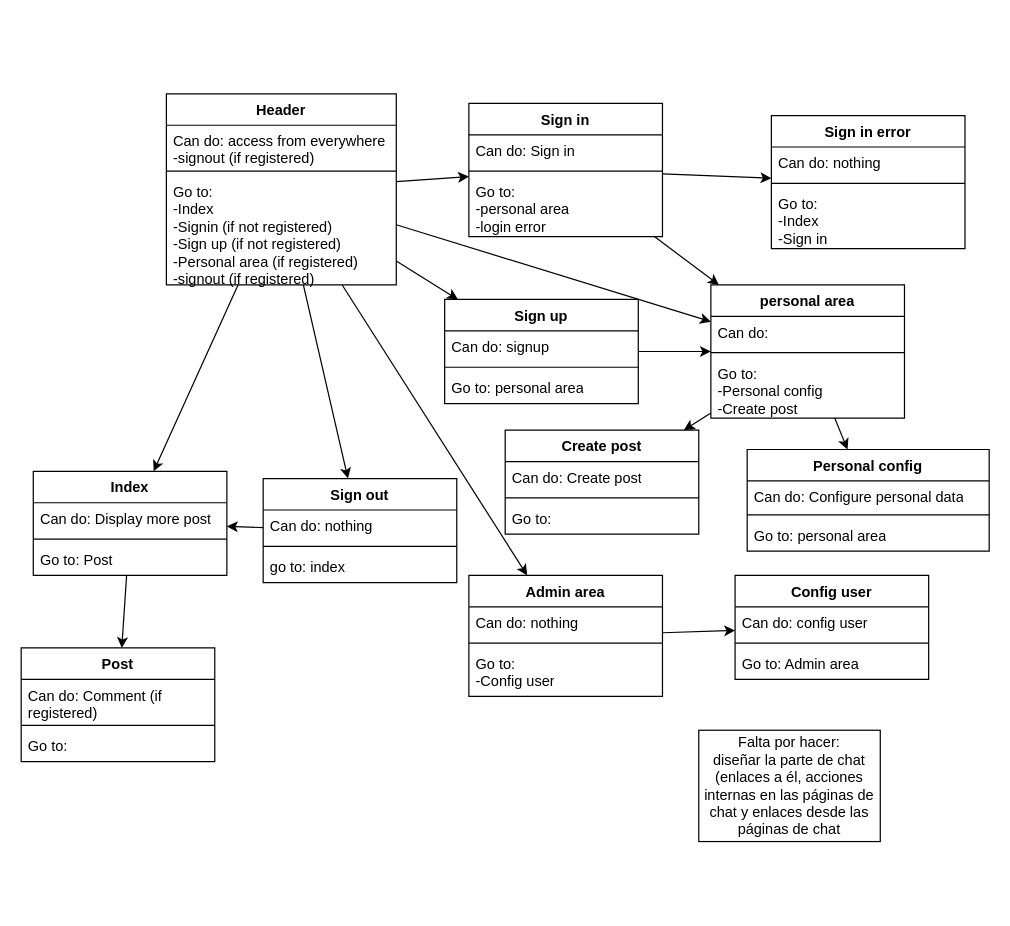
CodeURJC-DAW-2023-24/webapp05 keeps this draw.io diagram as diagrama de navegación.drawio. Above is the earlier version. Source tidied: cells renumbered, new cells numbered last; positions are measured from the earlier drawing's top-left corner, leaving out a move shared by most shapes. Both pictures are drawn from the tidied source at 121%, with x=0, y=0 at pixel (21, 93).
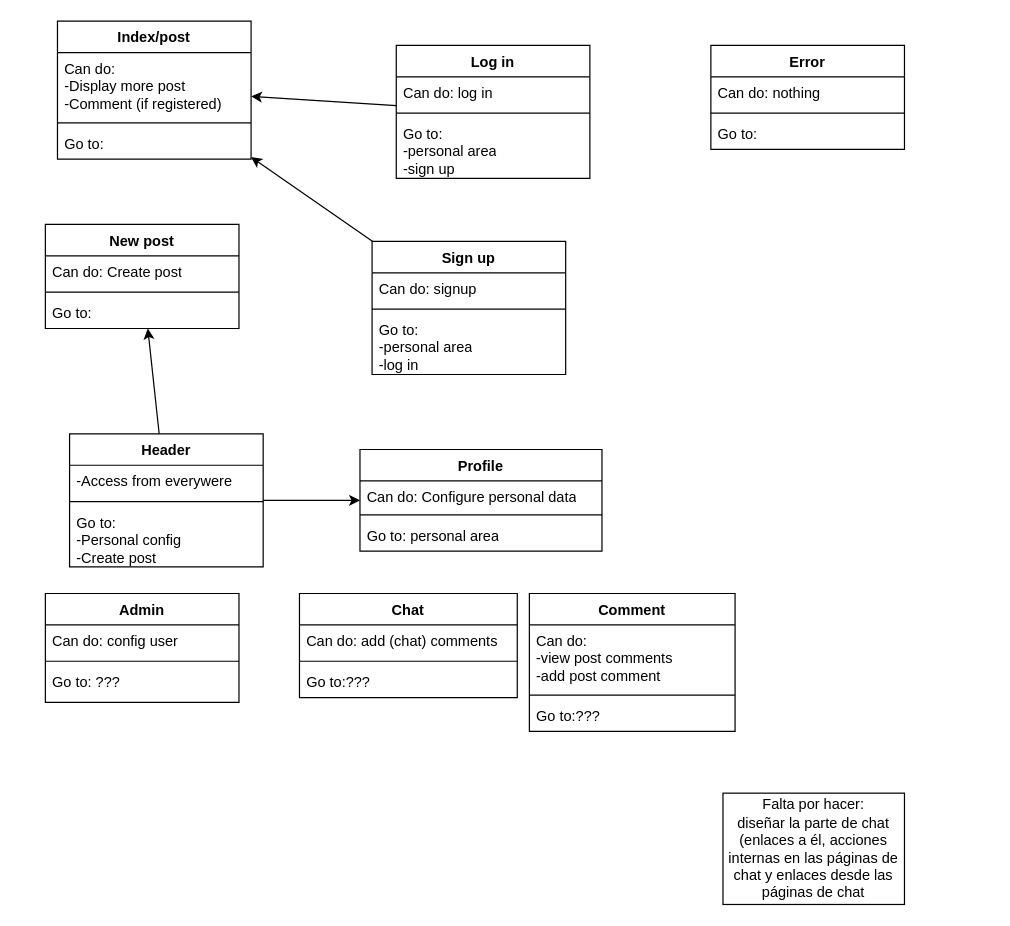
After the change.

Commit message (it also covers changes not shown here):
Updated navegation diagram

It must be updated again before the next 10 days.

Diff of the diagram source:
```diff
@@
-    <mxCell id="2" value="Index" style="swimlane;fontStyle=1;align=center;verticalAlign=top;horizontal=1;startSize=26;whiteSpace=wrap;html=1;" parent="1" vertex="1">
-      <mxGeometry x="10" y="312" width="160" height="86" as="geometry" />
+    <mxCell id="2" value="Index/post" style="swimlane;fontStyle=1;align=center;verticalAlign=top;horizontal=1;startSize=26;whiteSpace=wrap;html=1;" parent="1" vertex="1">
+      <mxGeometry x="30" y="-60" width="160" height="114" as="geometry" />
     </mxCell>
-    <mxCell id="3" value="Can do: Display more post" style="text;strokeColor=none;fillColor=none;align=left;verticalAlign=top;spacingLeft=4;spacingRight=4;overflow=hidden;whiteSpace=wrap;html=1;" parent="2" vertex="1">
-      <mxGeometry y="26" width="160" height="26" as="geometry" />
+    <mxCell id="3" value="&lt;div&gt;Can do:&lt;/div&gt;&lt;div&gt;-Display more post&lt;/div&gt;&lt;div&gt;-Comment (if registered)&lt;/div&gt;" style="text;strokeColor=none;fillColor=none;align=left;verticalAlign=top;spacingLeft=4;spacingRight=4;overflow=hidden;whiteSpace=wrap;html=1;" parent="2" vertex="1">
+      <mxGeometry y="26" width="160" height="54" as="geometry" />
     </mxCell>
     <mxCell id="4" style="line;strokeWidth=1;fillColor=none;align=left;verticalAlign=middle;spacingTop=-1;spacingLeft=3;spacingRight=3;labelPosition=right;strokeColor=inherit;" parent="2" vertex="1">
-      <mxGeometry y="52" width="160" height="8" as="geometry" />
+      <mxGeometry y="80" width="160" height="8" as="geometry" />
     </mxCell>
-    <mxCell id="5" value="Go to: Post" style="text;strokeColor=none;fillColor=none;align=left;verticalAlign=top;spacingLeft=4;spacingRight=4;overflow=hidden;whiteSpace=wrap;html=1;" parent="2" vertex="1">
-      <mxGeometry y="60" width="160" height="26" as="geometry" />
+    <mxCell id="5" value="Go to:" style="text;strokeColor=none;fillColor=none;align=left;verticalAlign=top;spacingLeft=4;spacingRight=4;overflow=hidden;whiteSpace=wrap;html=1;" parent="2" vertex="1">
+      <mxGeometry y="88" width="160" height="26" as="geometry" />
     </mxCell>
-    <mxCell id="6" value="Sign in" style="swimlane;fontStyle=1;align=center;verticalAlign=top;horizontal=1;startSize=26;whiteSpace=wrap;html=1;" parent="1" vertex="1">
-      <mxGeometry x="370" y="8" width="160" height="110" as="geometry" />
+    <mxCell id="6" value="Log in" style="swimlane;fontStyle=1;align=center;verticalAlign=top;horizontal=1;startSize=26;whiteSpace=wrap;html=1;" parent="1" vertex="1">
+      <mxGeometry x="310" y="-40" width="160" height="110" as="geometry" />
     </mxCell>
-    <mxCell id="7" value="Can do: Sign in" style="text;strokeColor=none;fillColor=none;align=left;verticalAlign=top;spacingLeft=4;spacingRight=4;overflow=hidden;whiteSpace=wrap;html=1;" parent="6" vertex="1">
+    <mxCell id="7" value="Can do: log in" style="text;strokeColor=none;fillColor=none;align=left;verticalAlign=top;spacingLeft=4;spacingRight=4;overflow=hidden;whiteSpace=wrap;html=1;" parent="6" vertex="1">
       <mxGeometry y="26" width="160" height="26" as="geometry" />
     </mxCell>
@@
-    <mxCell id="9" value="&lt;div&gt;Go to:&lt;/div&gt;&lt;div&gt;-personal area&lt;/div&gt;&lt;div&gt;-login error&lt;/div&gt;" style="text;strokeColor=none;fillColor=none;align=left;verticalAlign=top;spacingLeft=4;spacingRight=4;overflow=hidden;whiteSpace=wrap;html=1;" parent="6" vertex="1">
+    <mxCell id="9" value="&lt;div&gt;Go to:&lt;/div&gt;&lt;div&gt;-personal area&lt;/div&gt;&lt;div&gt;-sign up&lt;br&gt;&lt;/div&gt;" style="text;strokeColor=none;fillColor=none;align=left;verticalAlign=top;spacingLeft=4;spacingRight=4;overflow=hidden;whiteSpace=wrap;html=1;" parent="6" vertex="1">
       <mxGeometry y="60" width="160" height="50" as="geometry" />
     </mxCell>
-    <mxCell id="10" value="personal area" style="swimlane;fontStyle=1;align=center;verticalAlign=top;horizontal=1;startSize=26;whiteSpace=wrap;html=1;" parent="1" vertex="1">
-      <mxGeometry x="570" y="158" width="160" height="110" as="geometry" />
+    <mxCell id="10" value="Header" style="swimlane;fontStyle=1;align=center;verticalAlign=top;horizontal=1;startSize=26;whiteSpace=wrap;html=1;" parent="1" vertex="1">
+      <mxGeometry x="40" y="281" width="160" height="110" as="geometry" />
     </mxCell>
-    <mxCell id="11" value="Can do:" style="text;strokeColor=none;fillColor=none;align=left;verticalAlign=top;spacingLeft=4;spacingRight=4;overflow=hidden;whiteSpace=wrap;html=1;" parent="10" vertex="1">
+    <mxCell id="11" value="-Access from everywere" style="text;strokeColor=none;fillColor=none;align=left;verticalAlign=top;spacingLeft=4;spacingRight=4;overflow=hidden;whiteSpace=wrap;html=1;" parent="10" vertex="1">
       <mxGeometry y="26" width="160" height="26" as="geometry" />
     </mxCell>
@@
     <mxCell id="14" value="Sign up" style="swimlane;fontStyle=1;align=center;verticalAlign=top;horizontal=1;startSize=26;whiteSpace=wrap;html=1;" parent="1" vertex="1">
-      <mxGeometry x="350" y="170" width="160" height="86" as="geometry" />
+      <mxGeometry x="290" y="122" width="160" height="110" as="geometry" />
     </mxCell>
@@
-    <mxCell id="17" value="Go to: personal area" style="text;strokeColor=none;fillColor=none;align=left;verticalAlign=top;spacingLeft=4;spacingRight=4;overflow=hidden;whiteSpace=wrap;html=1;" parent="14" vertex="1">
-      <mxGeometry y="60" width="160" height="26" as="geometry" />
+    <mxCell id="17" value="&lt;div&gt;Go to:&lt;/div&gt;&lt;div&gt;-personal area&lt;/div&gt;&lt;div&gt;-log in&lt;br&gt;&lt;/div&gt;" style="text;strokeColor=none;fillColor=none;align=left;verticalAlign=top;spacingLeft=4;spacingRight=4;overflow=hidden;whiteSpace=wrap;html=1;" parent="14" vertex="1">
+      <mxGeometry y="60" width="160" height="50" as="geometry" />
     </mxCell>
-    <mxCell id="18" value="Sign in error" style="swimlane;fontStyle=1;align=center;verticalAlign=top;horizontal=1;startSize=26;whiteSpace=wrap;html=1;" parent="1" vertex="1">
-      <mxGeometry x="620" y="18" width="160" height="110" as="geometry" />
-    </mxCell>
-    <mxCell id="19" value="Can do: nothing" style="text;strokeColor=none;fillColor=none;align=left;verticalAlign=top;spacingLeft=4;spacingRight=4;overflow=hidden;whiteSpace=wrap;html=1;" parent="18" vertex="1">
-      <mxGeometry y="26" width="160" height="26" as="geometry" />
-    </mxCell>
-    <mxCell id="20" style="line;strokeWidth=1;fillColor=none;align=left;verticalAlign=middle;spacingTop=-1;spacingLeft=3;spacingRight=3;labelPosition=right;strokeColor=inherit;" parent="18" vertex="1">
-      <mxGeometry y="52" width="160" height="8" as="geometry" />
-    </mxCell>
-    <mxCell id="21" value="&lt;div&gt;Go to:&lt;/div&gt;&lt;div&gt;-Index&lt;/div&gt;&lt;div&gt;-Sign in&lt;/div&gt;" style="text;strokeColor=none;fillColor=none;align=left;verticalAlign=top;spacingLeft=4;spacingRight=4;overflow=hidden;whiteSpace=wrap;html=1;" parent="18" vertex="1">
-      <mxGeometry y="60" width="160" height="50" as="geometry" />
-    </mxCell>
-    <mxCell id="22" value="Header" style="swimlane;fontStyle=1;align=center;verticalAlign=top;horizontal=1;startSize=26;whiteSpace=wrap;html=1;" parent="1" vertex="1">
-      <mxGeometry x="120" width="190" height="158" as="geometry" />
-    </mxCell>
-    <mxCell id="23" value="&lt;div&gt;Can do: access from everywhere&lt;/div&gt;&lt;div&gt;-signout (if registered)&lt;/div&gt;" style="text;strokeColor=none;fillColor=none;align=left;verticalAlign=top;spacingLeft=4;spacingRight=4;overflow=hidden;whiteSpace=wrap;html=1;" parent="22" vertex="1">
-      <mxGeometry y="26" width="190" height="34" as="geometry" />
-    </mxCell>
-    <mxCell id="24" style="line;strokeWidth=1;fillColor=none;align=left;verticalAlign=middle;spacingTop=-1;spacingLeft=3;spacingRight=3;labelPosition=right;strokeColor=inherit;" parent="22" vertex="1">
-      <mxGeometry y="60" width="190" height="8" as="geometry" />
-    </mxCell>
-    <mxCell id="25" value="&lt;div&gt;Go to:&lt;/div&gt;&lt;div&gt;-Index&lt;/div&gt;&lt;div&gt;-Signin (if not registered)&lt;/div&gt;&lt;div&gt;-Sign up (if not registered)&lt;/div&gt;&lt;div&gt;-Personal area (if registered)&lt;/div&gt;&lt;div&gt;-signout (if registered)&lt;/div&gt;" style="text;strokeColor=none;fillColor=none;align=left;verticalAlign=top;spacingLeft=4;spacingRight=4;overflow=hidden;whiteSpace=wrap;html=1;" parent="22" vertex="1">
-      <mxGeometry y="68" width="190" height="90" as="geometry" />
-    </mxCell>
-    <mxCell id="26" value="Post" style="swimlane;fontStyle=1;align=center;verticalAlign=top;horizontal=1;startSize=26;whiteSpace=wrap;html=1;" parent="1" vertex="1">
-      <mxGeometry y="458" width="160" height="94" as="geometry" />
-    </mxCell>
-    <mxCell id="27" value="Can do: Comment (if registered)" style="text;strokeColor=none;fillColor=none;align=left;verticalAlign=top;spacingLeft=4;spacingRight=4;overflow=hidden;whiteSpace=wrap;html=1;" parent="26" vertex="1">
-      <mxGeometry y="26" width="160" height="34" as="geometry" />
-    </mxCell>
-    <mxCell id="28" style="line;strokeWidth=1;fillColor=none;align=left;verticalAlign=middle;spacingTop=-1;spacingLeft=3;spacingRight=3;labelPosition=right;strokeColor=inherit;" parent="26" vertex="1">
-      <mxGeometry y="60" width="160" height="8" as="geometry" />
-    </mxCell>
-    <mxCell id="29" value="Go to:" style="text;strokeColor=none;fillColor=none;align=left;verticalAlign=top;spacingLeft=4;spacingRight=4;overflow=hidden;whiteSpace=wrap;html=1;" parent="26" vertex="1">
-      <mxGeometry y="68" width="160" height="26" as="geometry" />
-    </mxCell>
-    <mxCell id="30" style="endArrow=classic;html=1;rounded=0;" parent="1" edge="1" source="22" target="6">
-      <mxGeometry relative="1" as="geometry" />
-    </mxCell>
-    <mxCell id="31" style="endArrow=classic;html=1;rounded=0;" parent="1" edge="1" source="2" target="26">
-      <mxGeometry relative="1" as="geometry" />
-    </mxCell>
-    <mxCell id="32" style="endArrow=classic;html=1;rounded=0;" parent="1" edge="1" source="22" target="2">
-      <mxGeometry relative="1" as="geometry" />
-    </mxCell>
-    <mxCell id="33" style="endArrow=classic;html=1;rounded=0;" parent="1" edge="1" source="22" target="14">
-      <mxGeometry relative="1" as="geometry" />
-    </mxCell>
-    <mxCell id="34" style="endArrow=classic;html=1;rounded=0;" parent="1" edge="1" source="6" target="18">
-      <mxGeometry relative="1" as="geometry" />
-    </mxCell>
-    <mxCell id="35" style="endArrow=classic;html=1;rounded=0;" parent="1" edge="1" source="6" target="10">
+    <mxCell id="35" style="endArrow=classic;html=1;rounded=0;" parent="1" edge="1" source="6" target="2">
       <mxGeometry relative="1" as="geometry" />
     </mxCell>
-    <mxCell id="36" value="Personal config" style="swimlane;fontStyle=1;align=center;verticalAlign=top;horizontal=1;startSize=26;whiteSpace=wrap;html=1;" parent="1" vertex="1">
-      <mxGeometry x="600" y="294" width="200" height="84" as="geometry" />
+    <mxCell id="36" value="Profile" style="swimlane;fontStyle=1;align=center;verticalAlign=top;horizontal=1;startSize=26;whiteSpace=wrap;html=1;" parent="1" vertex="1">
+      <mxGeometry x="280" y="294" width="200" height="84" as="geometry" />
     </mxCell>
@@
-    <mxCell id="41" style="endArrow=classic;html=1;rounded=0;" parent="1" edge="1" source="14" target="10">
+    <mxCell id="41" style="endArrow=classic;html=1;rounded=0;" parent="1" edge="1" source="14" target="2">
       <mxGeometry relative="1" as="geometry" />
     </mxCell>
-    <mxCell id="42" style="endArrow=classic;html=1;rounded=0;" parent="1" edge="1" source="22" target="10">
-      <mxGeometry relative="1" as="geometry" />
-    </mxCell>
-    <mxCell id="43" value="Create post" style="swimlane;fontStyle=1;align=center;verticalAlign=top;horizontal=1;startSize=26;whiteSpace=wrap;html=1;" parent="1" vertex="1">
-      <mxGeometry x="400" y="278" width="160" height="86" as="geometry" />
+    <mxCell id="43" value="New post" style="swimlane;fontStyle=1;align=center;verticalAlign=top;horizontal=1;startSize=26;whiteSpace=wrap;html=1;" parent="1" vertex="1">
+      <mxGeometry x="20" y="108" width="160" height="86" as="geometry" />
     </mxCell>
@@
-    <mxCell id="47" value="Admin area" style="swimlane;fontStyle=1;align=center;verticalAlign=top;horizontal=1;startSize=26;whiteSpace=wrap;html=1;" parent="1" vertex="1">
-      <mxGeometry x="370" y="398" width="160" height="100" as="geometry" />
+    <mxCell id="47" value="Admin" style="swimlane;fontStyle=1;align=center;verticalAlign=top;horizontal=1;startSize=26;whiteSpace=wrap;html=1;" parent="1" vertex="1">
+      <mxGeometry x="20" y="413" width="160" height="90" as="geometry" />
     </mxCell>
-    <mxCell id="48" value="Can do: nothing" style="text;strokeColor=none;fillColor=none;align=left;verticalAlign=top;spacingLeft=4;spacingRight=4;overflow=hidden;whiteSpace=wrap;html=1;" parent="47" vertex="1">
+    <mxCell id="48" value="Can do: config user" style="text;strokeColor=none;fillColor=none;align=left;verticalAlign=top;spacingLeft=4;spacingRight=4;overflow=hidden;whiteSpace=wrap;html=1;" parent="47" vertex="1">
       <mxGeometry y="26" width="160" height="26" as="geometry" />
     </mxCell>
@@
-    <mxCell id="50" value="&lt;div&gt;Go to:&lt;/div&gt;&lt;div&gt;-Config user&lt;br&gt;&lt;/div&gt;" style="text;strokeColor=none;fillColor=none;align=left;verticalAlign=top;spacingLeft=4;spacingRight=4;overflow=hidden;whiteSpace=wrap;html=1;" parent="47" vertex="1">
-      <mxGeometry y="60" width="160" height="40" as="geometry" />
+    <mxCell id="50" value="&lt;div&gt;Go to: ???&lt;/div&gt;" style="text;strokeColor=none;fillColor=none;align=left;verticalAlign=top;spacingLeft=4;spacingRight=4;overflow=hidden;whiteSpace=wrap;html=1;" parent="47" vertex="1">
+      <mxGeometry y="60" width="160" height="30" as="geometry" />
     </mxCell>
-    <mxCell id="51" value="Sign out" style="swimlane;fontStyle=1;align=center;verticalAlign=top;horizontal=1;startSize=26;whiteSpace=wrap;html=1;" parent="1" vertex="1">
-      <mxGeometry x="200" y="318" width="160" height="86" as="geometry" />
-    </mxCell>
-    <mxCell id="52" value="Can do: nothing" style="text;strokeColor=none;fillColor=none;align=left;verticalAlign=top;spacingLeft=4;spacingRight=4;overflow=hidden;whiteSpace=wrap;html=1;" parent="51" vertex="1">
-      <mxGeometry y="26" width="160" height="26" as="geometry" />
-    </mxCell>
-    <mxCell id="53" style="line;strokeWidth=1;fillColor=none;align=left;verticalAlign=middle;spacingTop=-1;spacingLeft=3;spacingRight=3;labelPosition=right;strokeColor=inherit;" parent="51" vertex="1">
-      <mxGeometry y="52" width="160" height="8" as="geometry" />
-    </mxCell>
-    <mxCell id="54" value="go to: index" style="text;strokeColor=none;fillColor=none;align=left;verticalAlign=top;spacingLeft=4;spacingRight=4;overflow=hidden;whiteSpace=wrap;html=1;" parent="51" vertex="1">
-      <mxGeometry y="60" width="160" height="26" as="geometry" />
-    </mxCell>
-    <mxCell id="55" style="endArrow=classic;html=1;rounded=0;" parent="1" edge="1" source="22" target="51">
-      <mxGeometry relative="1" as="geometry" />
-    </mxCell>
-    <mxCell id="56" style="endArrow=classic;html=1;rounded=0;" parent="1" edge="1" source="51" target="2">
-      <mxGeometry relative="1" as="geometry" />
-    </mxCell>
-    <mxCell id="57" style="endArrow=classic;html=1;rounded=0;" parent="1" edge="1" source="22" target="47">
-      <mxGeometry relative="1" as="geometry" />
-    </mxCell>
-    <mxCell id="58" value="Config user" style="swimlane;fontStyle=1;align=center;verticalAlign=top;horizontal=1;startSize=26;whiteSpace=wrap;html=1;" parent="1" vertex="1">
-      <mxGeometry x="590" y="398" width="160" height="86" as="geometry" />
+    <mxCell id="58" value="Chat" style="swimlane;fontStyle=1;align=center;verticalAlign=top;horizontal=1;startSize=26;whiteSpace=wrap;html=1;" parent="1" vertex="1">
+      <mxGeometry x="230" y="413" width="180" height="86" as="geometry" />
     </mxCell>
-    <mxCell id="59" value="Can do: config user" style="text;strokeColor=none;fillColor=none;align=left;verticalAlign=top;spacingLeft=4;spacingRight=4;overflow=hidden;whiteSpace=wrap;html=1;" parent="58" vertex="1">
-      <mxGeometry y="26" width="160" height="26" as="geometry" />
+    <mxCell id="59" value="Can do: add (chat) comments" style="text;strokeColor=none;fillColor=none;align=left;verticalAlign=top;spacingLeft=4;spacingRight=4;overflow=hidden;whiteSpace=wrap;html=1;" parent="58" vertex="1">
+      <mxGeometry y="26" width="180" height="26" as="geometry" />
     </mxCell>
     <mxCell id="60" style="line;strokeWidth=1;fillColor=none;align=left;verticalAlign=middle;spacingTop=-1;spacingLeft=3;spacingRight=3;labelPosition=right;strokeColor=inherit;" parent="58" vertex="1">
-      <mxGeometry y="52" width="160" height="8" as="geometry" />
+      <mxGeometry y="52" width="180" height="8" as="geometry" />
     </mxCell>
-    <mxCell id="61" value="Go to: Admin area" style="text;strokeColor=none;fillColor=none;align=left;verticalAlign=top;spacingLeft=4;spacingRight=4;overflow=hidden;whiteSpace=wrap;html=1;" parent="58" vertex="1">
-      <mxGeometry y="60" width="160" height="26" as="geometry" />
+    <mxCell id="61" value="Go to:???" style="text;strokeColor=none;fillColor=none;align=left;verticalAlign=top;spacingLeft=4;spacingRight=4;overflow=hidden;whiteSpace=wrap;html=1;" parent="58" vertex="1">
+      <mxGeometry y="60" width="180" height="26" as="geometry" />
     </mxCell>
-    <mxCell id="62" style="endArrow=classic;html=1;rounded=0;" parent="1" edge="1" source="47" target="58">
-      <mxGeometry relative="1" as="geometry" />
-    </mxCell>
+    <mxCell id="64" value="&lt;div&gt;Falta por hacer:&lt;/div&gt;&lt;div&gt;diseñar la parte de chat (enlaces a él, acciones internas en las páginas de chat y enlaces desde las páginas de chat&lt;br&gt;&lt;/div&gt;" style="rounded=0;whiteSpace=wrap;html=1;" parent="1" vertex="1">
+      <mxGeometry x="580" y="578" width="150" height="92" as="geometry" />
+    </mxCell>
+    <mxCell id="65" value="Error" style="swimlane;fontStyle=1;align=center;verticalAlign=top;horizontal=1;startSize=26;whiteSpace=wrap;html=1;" parent="1" vertex="1">
+      <mxGeometry x="570" y="-40" width="160" height="86" as="geometry" />
+    </mxCell>
+    <mxCell id="66" value="Can do: nothing" style="text;strokeColor=none;fillColor=none;align=left;verticalAlign=top;spacingLeft=4;spacingRight=4;overflow=hidden;whiteSpace=wrap;html=1;" parent="65" vertex="1">
+      <mxGeometry y="26" width="160" height="26" as="geometry" />
+    </mxCell>
+    <mxCell id="67" style="line;strokeWidth=1;fillColor=none;align=left;verticalAlign=middle;spacingTop=-1;spacingLeft=3;spacingRight=3;labelPosition=right;strokeColor=inherit;" parent="65" vertex="1">
+      <mxGeometry y="52" width="160" height="8" as="geometry" />
+    </mxCell>
+    <mxCell id="29" value="Go to:" style="text;strokeColor=none;fillColor=none;align=left;verticalAlign=top;spacingLeft=4;spacingRight=4;overflow=hidden;whiteSpace=wrap;html=1;" parent="65" vertex="1">
+      <mxGeometry y="60" width="160" height="26" as="geometry" />
+    </mxCell>
@@
-    <mxCell id="64" value="&lt;div&gt;Falta por hacer:&lt;/div&gt;&lt;div&gt;diseñar la parte de chat (enlaces a él, acciones internas en las páginas de chat y enlaces desde las páginas de chat&lt;br&gt;&lt;/div&gt;" style="rounded=0;whiteSpace=wrap;html=1;" parent="1" vertex="1">
-      <mxGeometry x="560" y="526" width="150" height="92" as="geometry" />
-    </mxCell>
+    <mxCell id="68" value="Comment" style="swimlane;fontStyle=1;align=center;verticalAlign=top;horizontal=1;startSize=26;whiteSpace=wrap;html=1;" parent="1" vertex="1">
+      <mxGeometry x="420" y="413" width="170" height="114" as="geometry" />
+    </mxCell>
+    <mxCell id="69" value="&lt;div&gt;Can do:&lt;/div&gt;&lt;div&gt;-view post comments&lt;/div&gt;&lt;div&gt;-add post comment&lt;/div&gt;" style="text;strokeColor=none;fillColor=none;align=left;verticalAlign=top;spacingLeft=4;spacingRight=4;overflow=hidden;whiteSpace=wrap;html=1;" parent="68" vertex="1">
+      <mxGeometry y="26" width="170" height="54" as="geometry" />
+    </mxCell>
+    <mxCell id="70" style="line;strokeWidth=1;fillColor=none;align=left;verticalAlign=middle;spacingTop=-1;spacingLeft=3;spacingRight=3;labelPosition=right;strokeColor=inherit;" parent="68" vertex="1">
+      <mxGeometry y="80" width="170" height="8" as="geometry" />
+    </mxCell>
+    <mxCell id="71" value="Go to:???" style="text;strokeColor=none;fillColor=none;align=left;verticalAlign=top;spacingLeft=4;spacingRight=4;overflow=hidden;whiteSpace=wrap;html=1;" parent="68" vertex="1">
+      <mxGeometry y="88" width="170" height="26" as="geometry" />
+    </mxCell>
```
